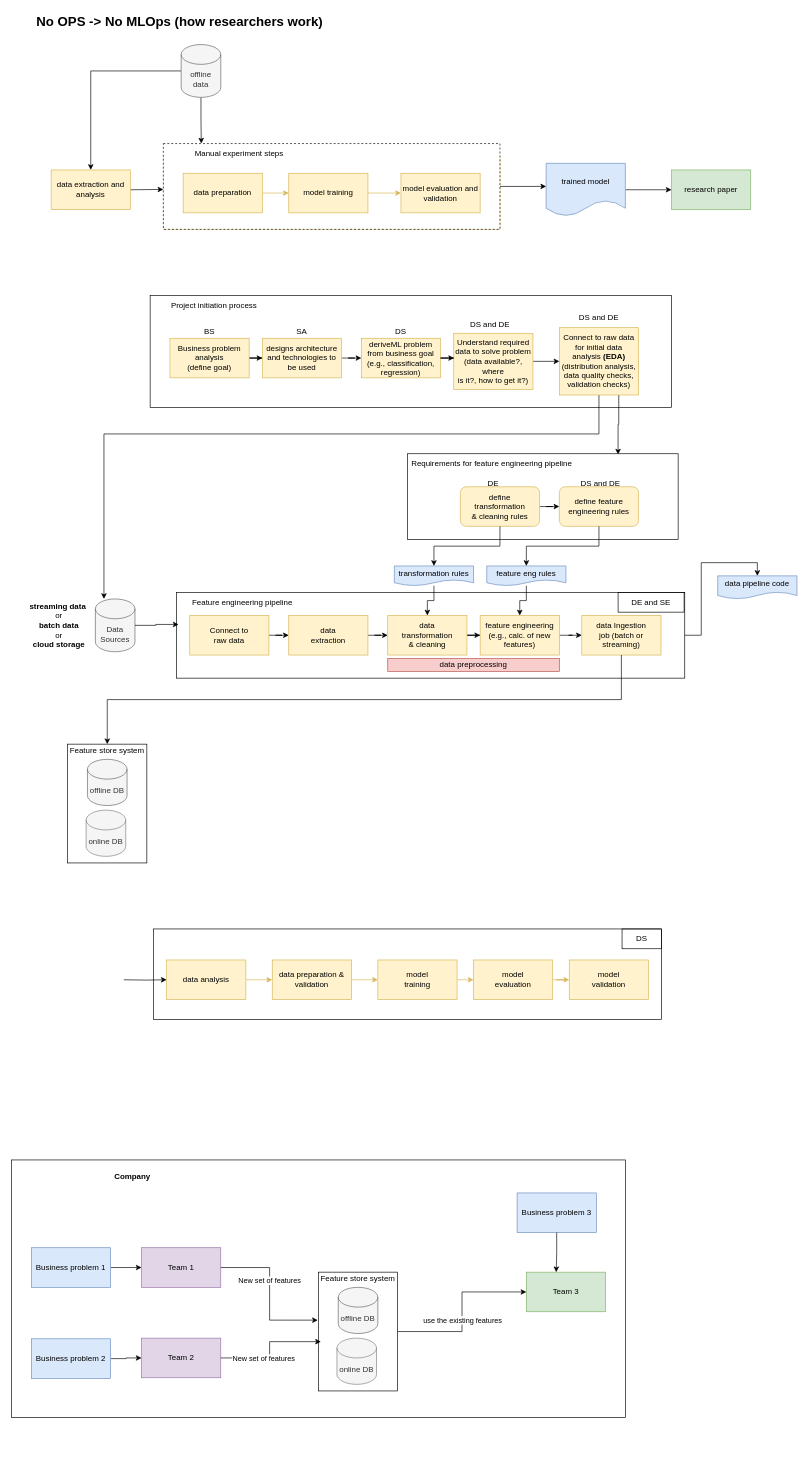
Above: Untitled Diagram.drawio in OumaimaBensar/mlops_workflow (draw.io), before the change. Source tidied: cells renumbered, new cells numbered last; positions are measured from the earlier drawing's top-left corner, leaving out a move shared by most shapes. Both pictures are drawn from the tidied source at 66%, with x=0, y=0 at pixel (11, 11).
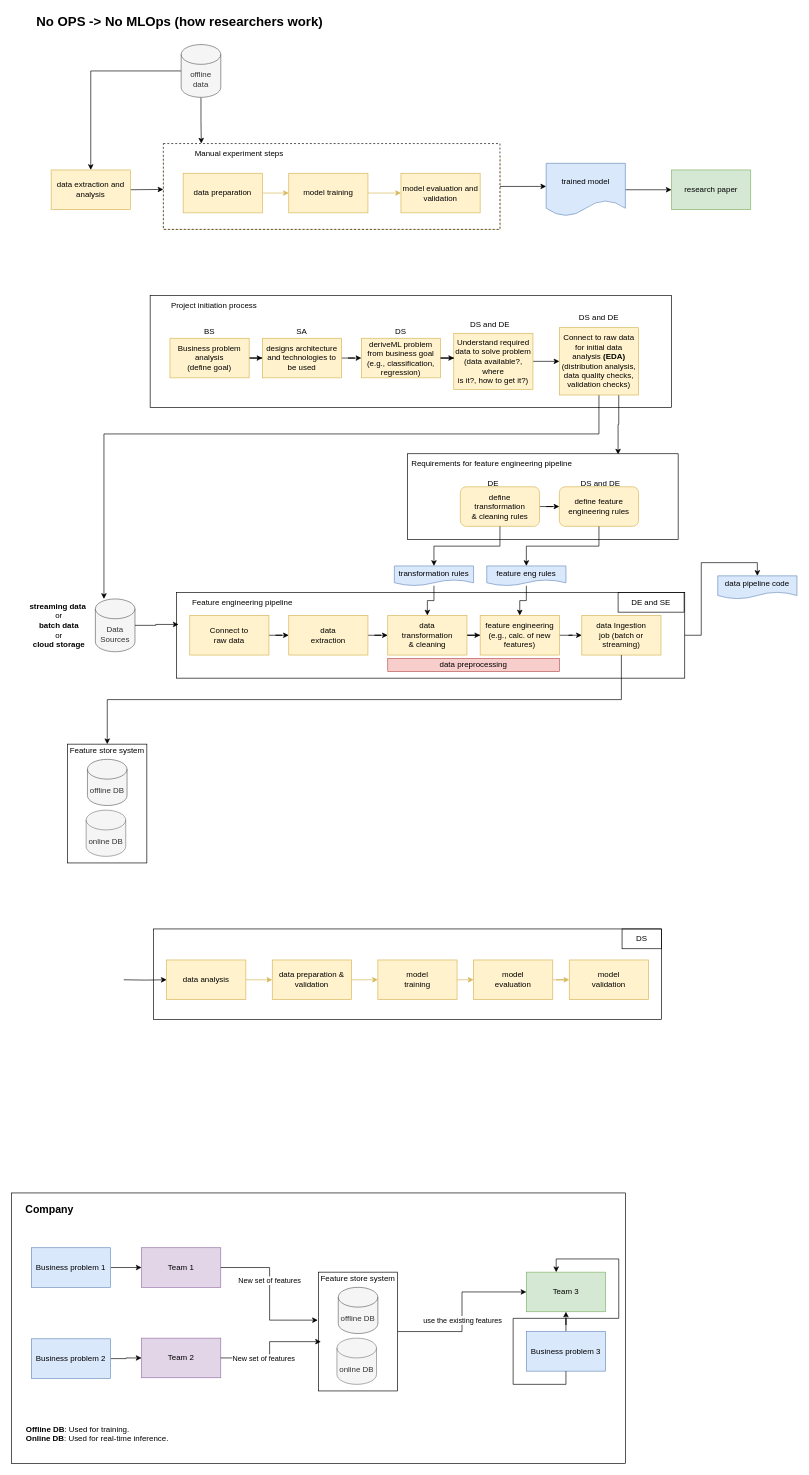
The same diagram, later.

Unchanged cells that the change refers to:
```xml
<mxCell id="101" value="Team 3" style="rounded=0;whiteSpace=wrap;html=1;fillColor=#d5e8d4;strokeColor=#82b366;" parent="1" vertex="1">
  <mxGeometry x="780" y="1910" width="120" height="60" as="geometry" />
</mxCell>
```

Diff of the diagram source:
```diff
@@
     <mxCell id="2" style="rounded=0;whiteSpace=wrap;html=1;" parent="1" vertex="1">
-      <mxGeometry y="1740" width="930" height="390" as="geometry" />
+      <mxGeometry y="1790" width="930" height="410" as="geometry" />
     </mxCell>
@@
-    <mxCell id="104" value="&lt;b&gt;Company&amp;nbsp;&lt;/b&gt;" style="text;html=1;align=center;verticalAlign=middle;whiteSpace=wrap;rounded=0;" parent="1" vertex="1">
-      <mxGeometry x="155" y="1750" width="60" height="30" as="geometry" />
+    <mxCell id="104" value="&lt;b&gt;&lt;font style=&quot;font-size: 16px;&quot;&gt;Company&amp;nbsp;&lt;/font&gt;&lt;/b&gt;" style="text;html=1;align=center;verticalAlign=middle;whiteSpace=wrap;rounded=0;" parent="1" vertex="1">
+      <mxGeometry x="30" y="1800" width="60" height="30" as="geometry" />
     </mxCell>
@@
+    <mxCell id="111" style="edgeStyle=orthogonalEdgeStyle;rounded=0;jettySize=auto;html=1;" parent="1" edge="1" source="109" target="101">
+      <mxGeometry relative="1" as="geometry" />
+    </mxCell>
     <mxCell id="109" value="Business problem 3" style="rounded=0;whiteSpace=wrap;html=1;fillColor=#dae8fc;strokeColor=#6c8ebf;" parent="1" vertex="1">
-      <mxGeometry x="766" y="1790" width="120" height="60" as="geometry" />
+      <mxGeometry x="780" y="2000" width="120" height="60" as="geometry" />
     </mxCell>
+    <mxCell id="112" value="&lt;strong style=&quot;&quot;&gt;Offline DB&lt;/strong&gt;&lt;span style=&quot;&quot;&gt;: Used for training.&lt;/span&gt;&lt;div&gt;&lt;strong style=&quot;color: light-dark(rgb(0, 0, 0), rgb(255, 255, 255)); background-color: transparent;&quot;&gt;Online DB&lt;/strong&gt;&lt;span style=&quot;color: light-dark(rgb(0, 0, 0), rgb(255, 255, 255)); background-color: transparent;&quot;&gt;: Used for real-time inference.&lt;/span&gt;&lt;/div&gt;" style="text;html=1;align=left;verticalAlign=middle;whiteSpace=wrap;rounded=0;" parent="1" vertex="1">
+      <mxGeometry x="20" y="2140" width="270" height="30" as="geometry" />
+    </mxCell>
```
